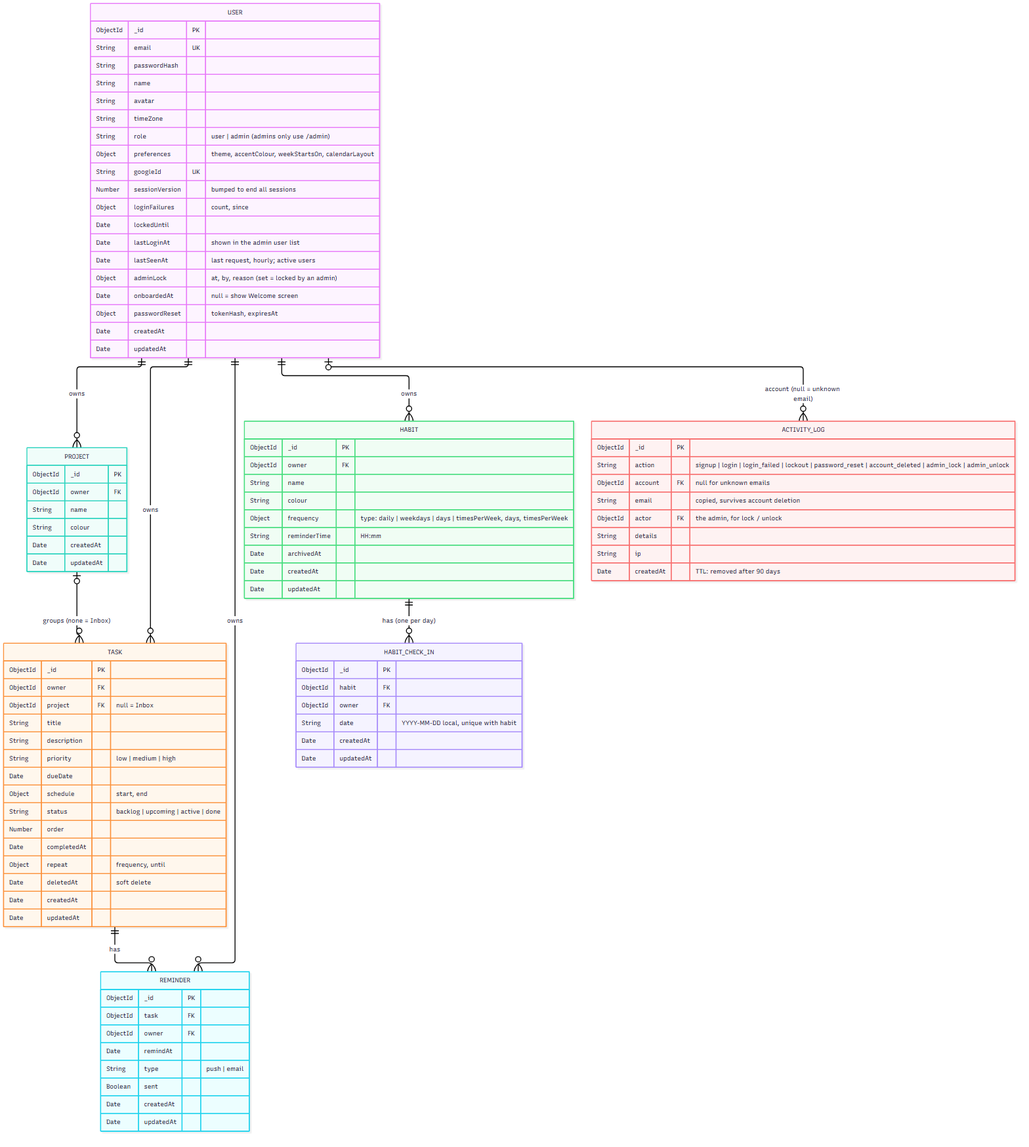
This is docs/erd.png from khang-ngo4444/VCD_Agendal, a Mermaid export, as it was before one commit. Its source is kept beside it as docs/erd.mmd.
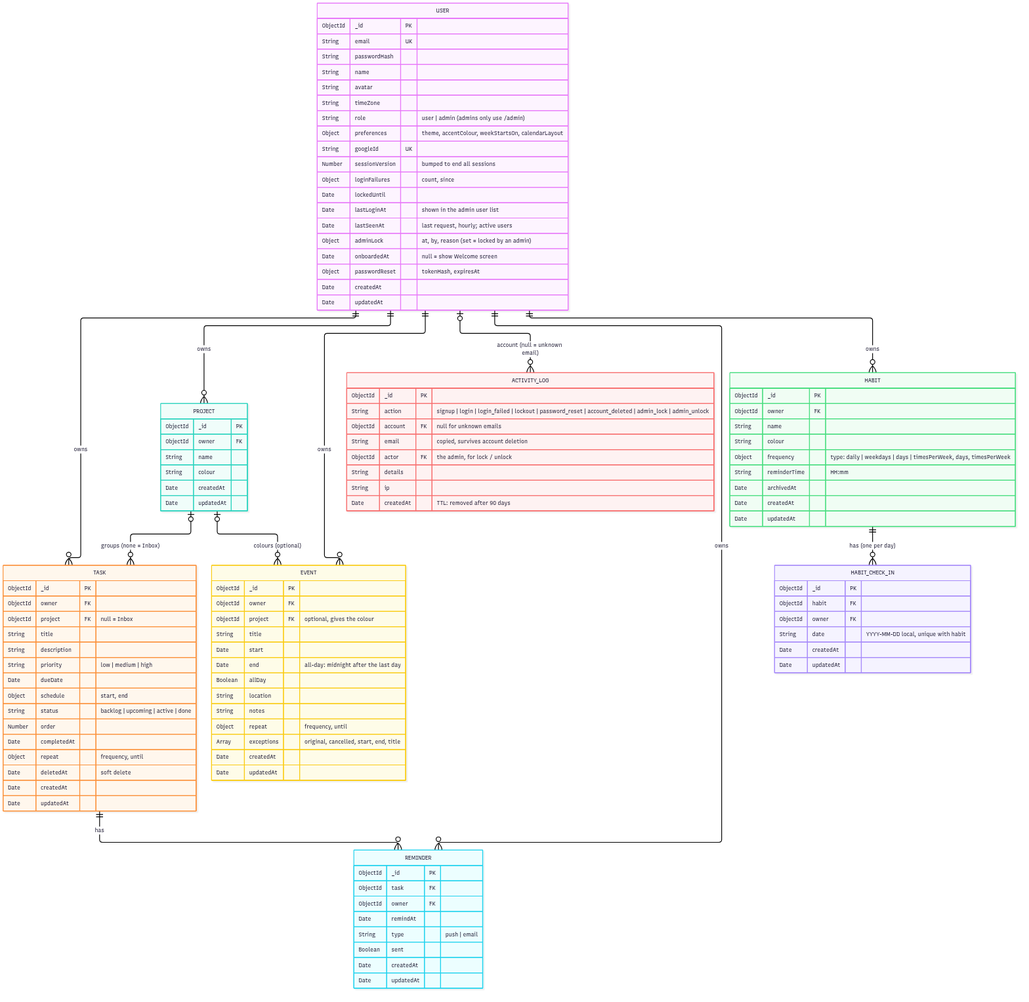
Later version of the same file.

Commit message:
Add the Event model with repeats, to the ERD and the seed

Change to the diagram source:
```diff
@@ -7,6 +7,8 @@
     USER ||--o{ HABIT : owns
     HABIT ||--o{ HABIT_CHECK_IN : "has (one per day)"
     USER |o--o{ ACTIVITY_LOG : "account (null = unknown email)"
+    USER ||--o{ EVENT : owns
+    PROJECT |o--o{ EVENT : "colours (optional)"
 
     USER {
         ObjectId _id PK
@@ -83,6 +85,21 @@
         Date createdAt
         Date updatedAt
     }
+    EVENT {
+        ObjectId _id PK
+        ObjectId owner FK
+        ObjectId project FK "optional, gives the colour"
+        String title
+        Date start
+        Date end "all-day: midnight after the last day"
+        Boolean allDay
+        String location
+        String notes
+        Object repeat "frequency, until"
+        Array exceptions "original, cancelled, start, end, title"
+        Date createdAt
+        Date updatedAt
+    }
     ACTIVITY_LOG {
         ObjectId _id PK
         String action "signup | login | login_failed | lockout | password_reset | account_deleted | admin_lock | admin_unlock"
```
